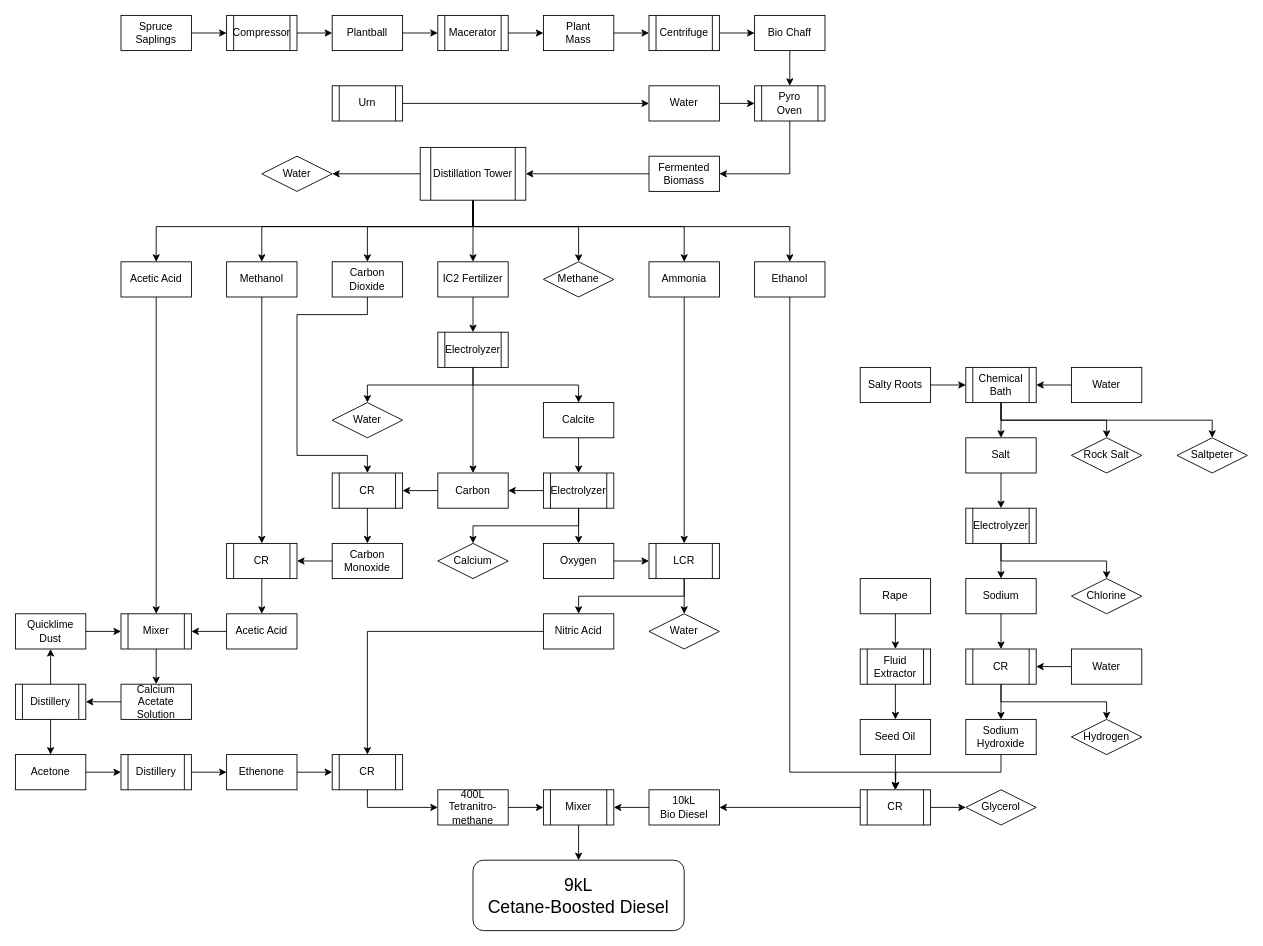
Earlier version of the draw.io diagram CBD.drawIO (loldapeep/gtnhcharts). Source tidied: cells renumbered, new cells numbered last; positions are measured from the earlier drawing's top-left corner, leaving out a move shared by most shapes. Both pictures are drawn from the tidied source at 88%, with x=0, y=0 at pixel (15, 15).
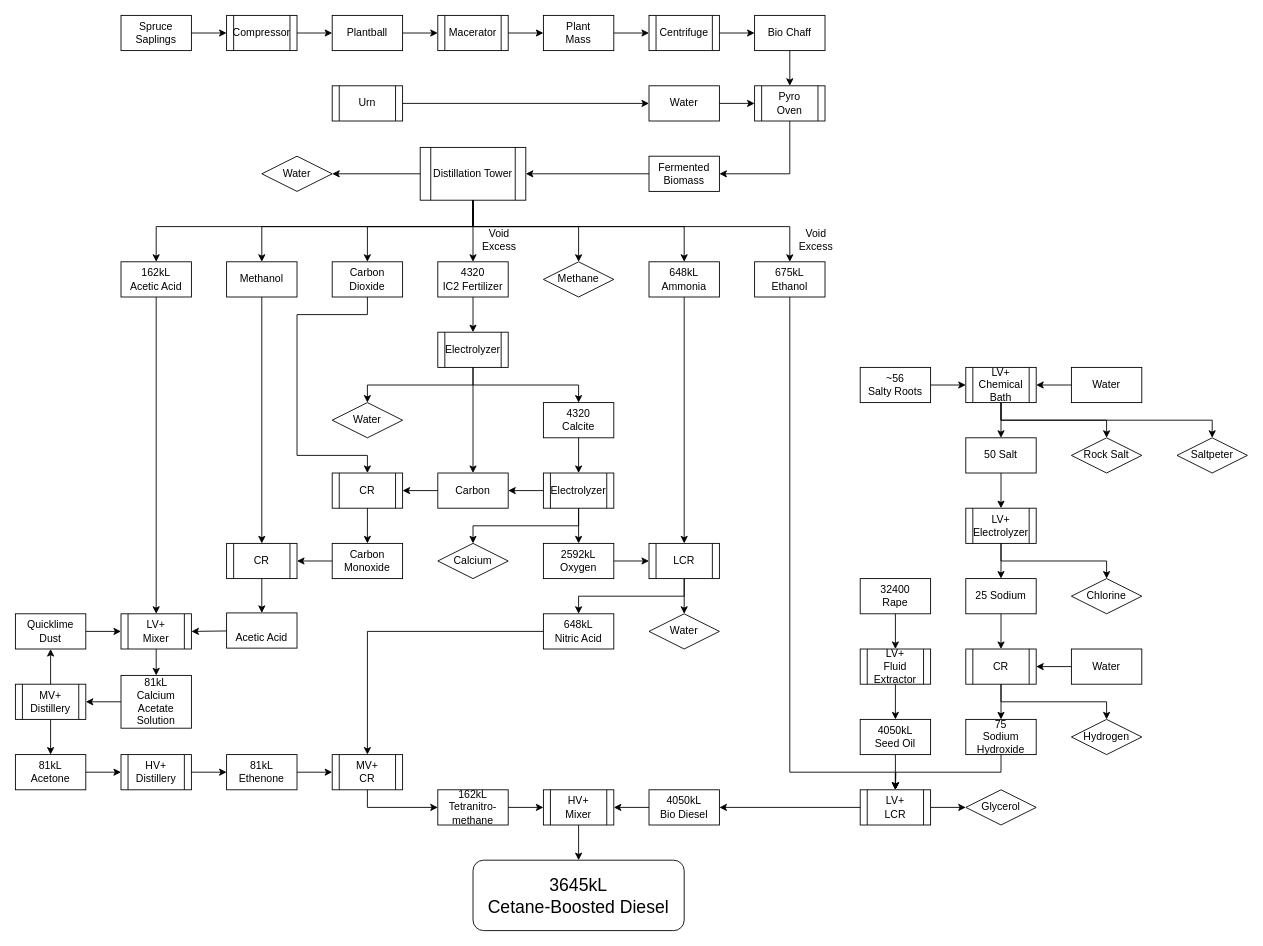
The same diagram, later.

What changed in the source:
```diff
@@
-    <mxCell id="27" value="IC2 Fertilizer" style="rounded=0;whiteSpace=wrap;html=1;" parent="1" vertex="1">
+    <mxCell id="27" value="4320&lt;br&gt;IC2 Fertilizer" style="rounded=0;whiteSpace=wrap;html=1;" parent="1" vertex="1">
       <mxGeometry x="480" y="280" width="80" height="40" as="geometry" />
     </mxCell>
-    <mxCell id="28" value="Ammonia" style="rounded=0;whiteSpace=wrap;html=1;" parent="1" vertex="1">
+    <mxCell id="28" value="648kL&lt;br&gt;Ammonia" style="rounded=0;whiteSpace=wrap;html=1;" parent="1" vertex="1">
       <mxGeometry x="720" y="280" width="80" height="40" as="geometry" />
     </mxCell>
-    <mxCell id="29" value="Ethanol" style="rounded=0;whiteSpace=wrap;html=1;" parent="1" vertex="1">
+    <mxCell id="29" value="675kL&lt;br&gt;Ethanol" style="rounded=0;whiteSpace=wrap;html=1;" parent="1" vertex="1">
       <mxGeometry x="840" y="280" width="80" height="40" as="geometry" />
     </mxCell>
@@
-    <mxCell id="42" value="Calcite&lt;br&gt;" style="rounded=0;whiteSpace=wrap;html=1;" parent="1" vertex="1">
+    <mxCell id="42" value="4320&lt;br&gt;Calcite" style="rounded=0;whiteSpace=wrap;html=1;" parent="1" vertex="1">
       <mxGeometry x="600" y="440" width="80" height="40" as="geometry" />
     </mxCell>
@@
-    <mxCell id="48" value="Acetic Acid" style="rounded=0;whiteSpace=wrap;html=1;" parent="1" vertex="1">
+    <mxCell id="48" value="162kL&lt;br&gt;Acetic Acid" style="rounded=0;whiteSpace=wrap;html=1;" parent="1" vertex="1">
       <mxGeometry x="120" y="280" width="80" height="40" as="geometry" />
     </mxCell>
@@
-    <mxCell id="53" value="Oxygen&lt;br&gt;" style="rounded=0;whiteSpace=wrap;html=1;" parent="1" vertex="1">
+    <mxCell id="53" value="2592kL&lt;br&gt;Oxygen" style="rounded=0;whiteSpace=wrap;html=1;" parent="1" vertex="1">
       <mxGeometry x="600" y="600" width="80" height="40" as="geometry" />
     </mxCell>
@@
-    <mxCell id="61" value="Nitric Acid&lt;br&gt;" style="rounded=0;whiteSpace=wrap;html=1;" parent="1" vertex="1">
+    <mxCell id="61" value="648kL&lt;br&gt;Nitric Acid" style="rounded=0;whiteSpace=wrap;html=1;" parent="1" vertex="1">
       <mxGeometry x="600" y="680" width="80" height="40" as="geometry" />
     </mxCell>
@@
-    <mxCell id="74" value="Acetic Acid" style="rounded=0;whiteSpace=wrap;html=1;" parent="1" vertex="1">
-      <mxGeometry x="240" y="680" width="80" height="40" as="geometry" />
+    <mxCell id="74" value="&lt;br&gt;Acetic Acid" style="rounded=0;whiteSpace=wrap;html=1;" parent="1" vertex="1">
+      <mxGeometry x="240" y="679" width="80" height="40" as="geometry" />
     </mxCell>
@@
-    <mxCell id="77" value="Mixer" style="shape=process;whiteSpace=wrap;html=1;backgroundOutline=1;" parent="1" vertex="1">
+    <mxCell id="77" value="LV+&lt;br&gt;Mixer" style="shape=process;whiteSpace=wrap;html=1;backgroundOutline=1;" parent="1" vertex="1">
       <mxGeometry x="120" y="680" width="80" height="40" as="geometry" />
     </mxCell>
@@
-    <mxCell id="80" style="endArrow=classic;html=1;rounded=0;exitX=0.5;exitY=1;exitDx=0;exitDy=0;" parent="1" edge="1" source="77">
-      <mxGeometry relative="1" as="geometry">
-        <mxPoint x="160" y="760" as="targetPoint" />
-      </mxGeometry>
+    <mxCell id="80" style="endArrow=classic;html=1;rounded=0;exitX=0.5;exitY=1;exitDx=0;exitDy=0;entryX=0.5;entryY=0;entryDx=0;entryDy=0;" parent="1" edge="1" source="77" target="81">
+      <mxGeometry relative="1" as="geometry" />
     </mxCell>
-    <mxCell id="81" value="Calcium Acetate&lt;br&gt;Solution&lt;br&gt;" style="rounded=0;whiteSpace=wrap;html=1;" parent="1" vertex="1">
-      <mxGeometry x="120" y="760" width="80" height="40" as="geometry" />
+    <mxCell id="81" value="81kL&lt;br&gt;Calcium Acetate&lt;br&gt;Solution" style="rounded=0;whiteSpace=wrap;html=1;" parent="1" vertex="1">
+      <mxGeometry x="120" y="750" width="80" height="60" as="geometry" />
     </mxCell>
-    <mxCell id="82" value="Distillery&lt;br&gt;" style="shape=process;whiteSpace=wrap;html=1;backgroundOutline=1;" parent="1" vertex="1">
+    <mxCell id="82" value="MV+&lt;br&gt;Distillery" style="shape=process;whiteSpace=wrap;html=1;backgroundOutline=1;" parent="1" vertex="1">
       <mxGeometry y="760" width="80" height="40" as="geometry" />
     </mxCell>
@@
-    <mxCell id="86" value="Acetone&lt;br&gt;" style="rounded=0;whiteSpace=wrap;html=1;" parent="1" vertex="1">
+    <mxCell id="86" value="81kL&lt;br&gt;Acetone" style="rounded=0;whiteSpace=wrap;html=1;" parent="1" vertex="1">
       <mxGeometry y="840" width="80" height="40" as="geometry" />
     </mxCell>
@@
-    <mxCell id="88" value="Distillery&lt;br&gt;" style="shape=process;whiteSpace=wrap;html=1;backgroundOutline=1;" parent="1" vertex="1">
+    <mxCell id="88" value="HV+&lt;br&gt;Distillery" style="shape=process;whiteSpace=wrap;html=1;backgroundOutline=1;" parent="1" vertex="1">
       <mxGeometry x="120" y="840" width="80" height="40" as="geometry" />
     </mxCell>
@@
-    <mxCell id="90" value="Ethenone&lt;br&gt;" style="rounded=0;whiteSpace=wrap;html=1;" parent="1" vertex="1">
+    <mxCell id="90" value="81kL&lt;br&gt;Ethenone" style="rounded=0;whiteSpace=wrap;html=1;" parent="1" vertex="1">
       <mxGeometry x="240" y="840" width="80" height="40" as="geometry" />
     </mxCell>
-    <mxCell id="91" value="CR" style="shape=process;whiteSpace=wrap;html=1;backgroundOutline=1;" parent="1" vertex="1">
+    <mxCell id="91" value="MV+&lt;br&gt;CR" style="shape=process;whiteSpace=wrap;html=1;backgroundOutline=1;" parent="1" vertex="1">
       <mxGeometry x="360" y="840" width="80" height="40" as="geometry" />
     </mxCell>
@@
-    <mxCell id="95" value="400L&lt;br&gt;Tetranitro-&lt;br&gt;methane" style="rounded=0;whiteSpace=wrap;html=1;" parent="1" vertex="1">
+    <mxCell id="95" value="162kL&lt;br&gt;Tetranitro-&lt;br&gt;methane" style="rounded=0;whiteSpace=wrap;html=1;" parent="1" vertex="1">
       <mxGeometry x="480" y="880" width="80" height="40" as="geometry" />
     </mxCell>
-    <mxCell id="96" value="Rape" style="rounded=0;whiteSpace=wrap;html=1;" parent="1" vertex="1">
+    <mxCell id="96" value="32400&lt;br&gt;Rape" style="rounded=0;whiteSpace=wrap;html=1;" parent="1" vertex="1">
       <mxGeometry x="960" y="640" width="80" height="40" as="geometry" />
     </mxCell>
-    <mxCell id="97" value="Fluid Extractor" style="shape=process;whiteSpace=wrap;html=1;backgroundOutline=1;" parent="1" vertex="1">
+    <mxCell id="97" value="LV+&lt;br&gt;Fluid Extractor" style="shape=process;whiteSpace=wrap;html=1;backgroundOutline=1;" parent="1" vertex="1">
       <mxGeometry x="960" y="720" width="80" height="40" as="geometry" />
     </mxCell>
@@
-    <mxCell id="101" value="Seed Oil&lt;br&gt;" style="rounded=0;whiteSpace=wrap;html=1;" parent="1" vertex="1">
+    <mxCell id="101" value="4050kL&lt;br&gt;Seed Oil" style="rounded=0;whiteSpace=wrap;html=1;" parent="1" vertex="1">
       <mxGeometry x="960" y="800" width="80" height="40" as="geometry" />
     </mxCell>
-    <mxCell id="102" value="Salty Roots" style="rounded=0;whiteSpace=wrap;html=1;" parent="1" vertex="1">
+    <mxCell id="102" value="~56&lt;br&gt;Salty Roots" style="rounded=0;whiteSpace=wrap;html=1;" parent="1" vertex="1">
       <mxGeometry x="960" y="400" width="80" height="40" as="geometry" />
     </mxCell>
@@
-    <mxCell id="104" value="Chemical Bath" style="shape=process;whiteSpace=wrap;html=1;backgroundOutline=1;" parent="1" vertex="1">
+    <mxCell id="104" value="LV+&lt;br&gt;Chemical Bath" style="shape=process;whiteSpace=wrap;html=1;backgroundOutline=1;" parent="1" vertex="1">
       <mxGeometry x="1080" y="400" width="80" height="40" as="geometry" />
     </mxCell>
@@
-    <mxCell id="108" value="Salt" style="rounded=0;whiteSpace=wrap;html=1;" parent="1" vertex="1">
+    <mxCell id="108" value="50 Salt" style="rounded=0;whiteSpace=wrap;html=1;" parent="1" vertex="1">
       <mxGeometry x="1080" y="480" width="80" height="40" as="geometry" />
     </mxCell>
@@
-    <mxCell id="113" value="Electrolyzer&lt;br&gt;" style="shape=process;whiteSpace=wrap;html=1;backgroundOutline=1;" parent="1" vertex="1">
+    <mxCell id="113" value="LV+&lt;br&gt;Electrolyzer" style="shape=process;whiteSpace=wrap;html=1;backgroundOutline=1;" parent="1" vertex="1">
       <mxGeometry x="1080" y="560" width="80" height="40" as="geometry" />
     </mxCell>
@@
-    <mxCell id="118" value="Sodium&lt;br&gt;" style="rounded=0;whiteSpace=wrap;html=1;" parent="1" vertex="1">
+    <mxCell id="118" value="25 Sodium" style="rounded=0;whiteSpace=wrap;html=1;" parent="1" vertex="1">
       <mxGeometry x="1080" y="640" width="80" height="40" as="geometry" />
     </mxCell>
@@
-    <mxCell id="124" value="Sodium&lt;br&gt;Hydroxide" style="rounded=0;whiteSpace=wrap;html=1;" parent="1" vertex="1">
+    <mxCell id="124" value="75&lt;br&gt;Sodium&lt;br&gt;Hydroxide" style="rounded=0;whiteSpace=wrap;html=1;" parent="1" vertex="1">
       <mxGeometry x="1080" y="800" width="80" height="40" as="geometry" />
     </mxCell>
@@
-    <mxCell id="128" value="CR" style="shape=process;whiteSpace=wrap;html=1;backgroundOutline=1;" parent="1" vertex="1">
+    <mxCell id="128" value="LV+&lt;br&gt;LCR" style="shape=process;whiteSpace=wrap;html=1;backgroundOutline=1;" parent="1" vertex="1">
       <mxGeometry x="960" y="880" width="80" height="40" as="geometry" />
     </mxCell>
@@
-    <mxCell id="131" value="10kL&lt;br&gt;Bio Diesel" style="rounded=0;whiteSpace=wrap;html=1;" parent="1" vertex="1">
+    <mxCell id="131" value="4050kL&lt;br&gt;Bio Diesel" style="rounded=0;whiteSpace=wrap;html=1;" parent="1" vertex="1">
       <mxGeometry x="720" y="880" width="80" height="40" as="geometry" />
     </mxCell>
@@
-    <mxCell id="135" value="Mixer" style="shape=process;whiteSpace=wrap;html=1;backgroundOutline=1;" parent="1" vertex="1">
+    <mxCell id="135" value="HV+&lt;br&gt;Mixer" style="shape=process;whiteSpace=wrap;html=1;backgroundOutline=1;" parent="1" vertex="1">
       <mxGeometry x="600" y="880" width="80" height="40" as="geometry" />
     </mxCell>
@@
-    <mxCell id="137" value="&lt;font style=&quot;font-size: 20px;&quot;&gt;9kL&lt;br&gt;Cetane-Boosted Diesel&lt;/font&gt;" style="rounded=1;whiteSpace=wrap;html=1;" parent="1" vertex="1">
+    <mxCell id="137" value="&lt;font style=&quot;font-size: 20px;&quot;&gt;3645kL&lt;br&gt;Cetane-Boosted Diesel&lt;/font&gt;" style="rounded=1;whiteSpace=wrap;html=1;" parent="1" vertex="1">
       <mxGeometry x="520" y="960" width="240" height="80" as="geometry" />
     </mxCell>
@@
+    <mxCell id="139" value="Void&lt;br&gt;Excess" style="text;html=1;strokeColor=none;fillColor=none;align=center;verticalAlign=middle;whiteSpace=wrap;rounded=0;" parent="1" vertex="1">
+      <mxGeometry x="520" y="240" width="60" height="30" as="geometry" />
+    </mxCell>
+    <mxCell id="140" value="Void Excess" style="text;html=1;strokeColor=none;fillColor=none;align=center;verticalAlign=middle;whiteSpace=wrap;rounded=0;" parent="1" vertex="1">
+      <mxGeometry x="880" y="240" width="60" height="30" as="geometry" />
+    </mxCell>
```
